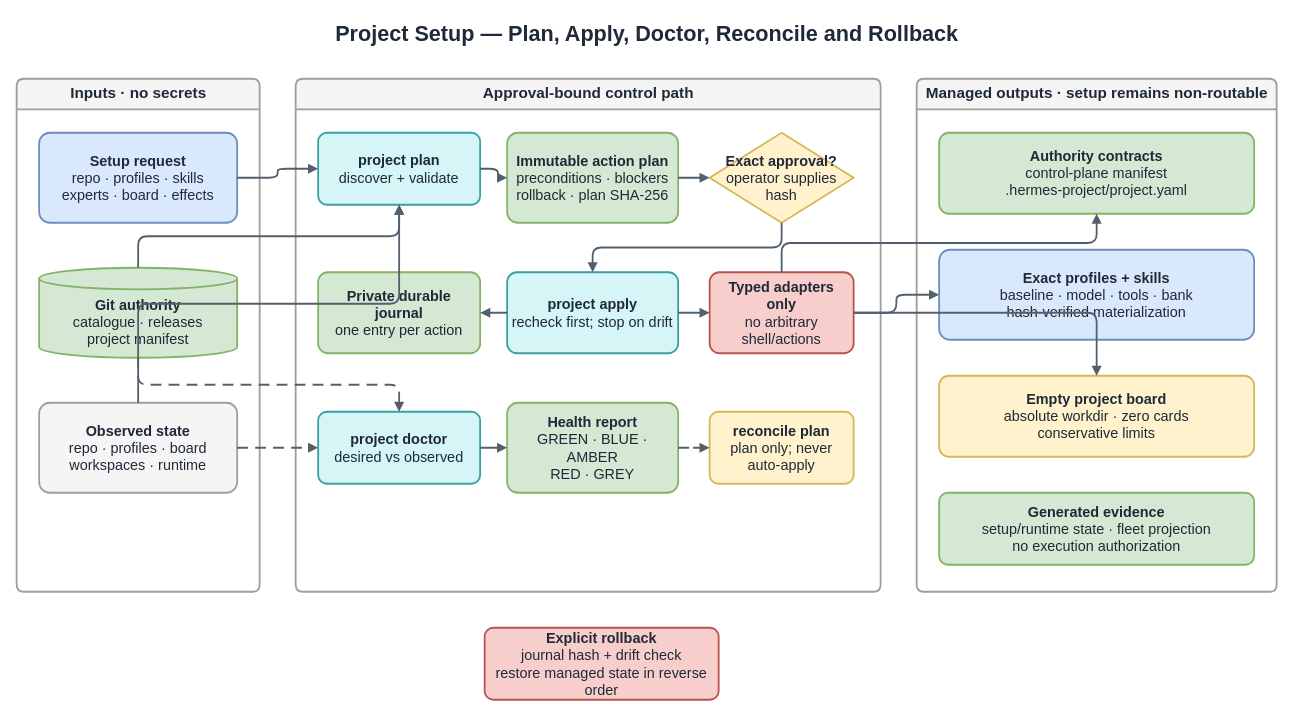
This is page "Project Setup" (2 of 3) of diagram_creator/artifacts/source/skills-manager-operating-overview.drawio from dotalbot/-hermes-ops, a draw.io file, before an edit. Source tidied: cells renumbered, new cells numbered last; positions are measured from the earlier drawing's top-left corner, leaving out a move shared by most shapes. Both pictures are drawn from the tidied source at 90%, with x=0, y=0 at pixel (16, 15).
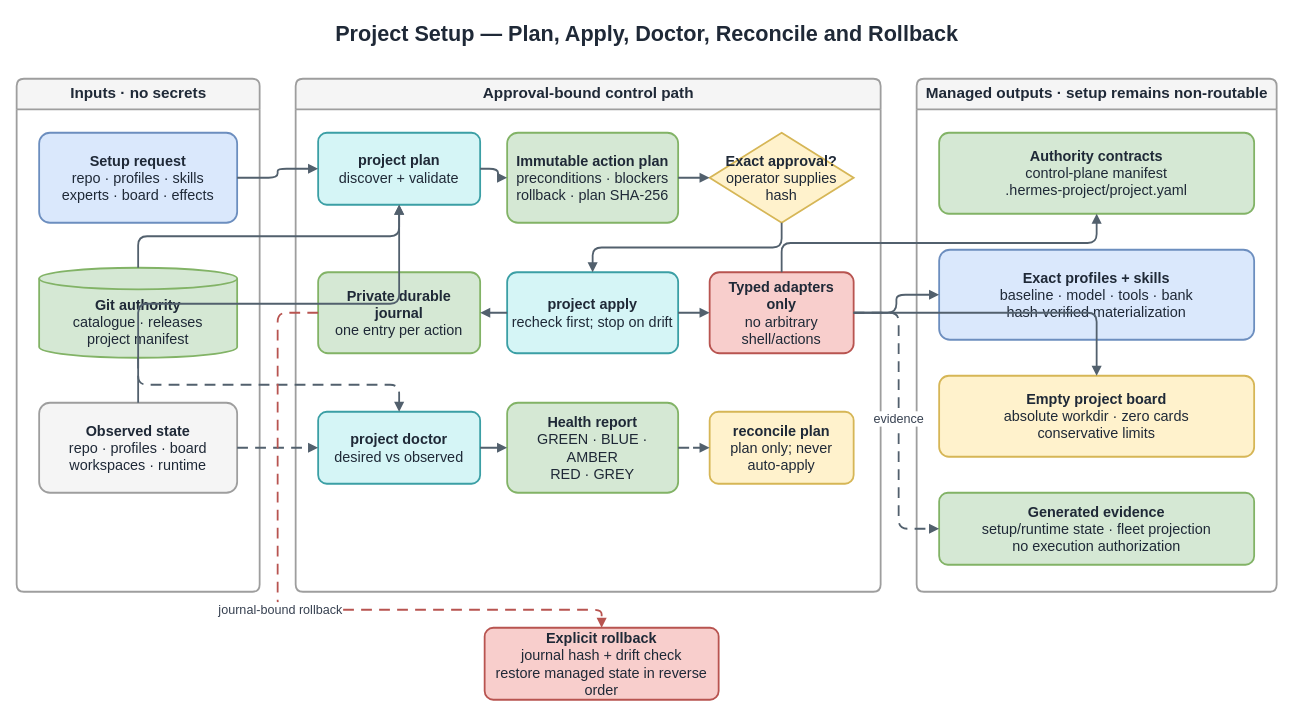
Above is the later version.

The change refers to these unchanged cells:
```xml
<mxCell id="12" value="&lt;b&gt;Typed adapters only&lt;/b&gt;&lt;br&gt;no arbitrary shell/actions" style="rounded=1;arcSize=12;whiteSpace=wrap;html=1;fontSize=16;fontColor=#1f2937;fillColor=#f8cecc;strokeColor=#b85450;strokeWidth=2;spacing=6;" parent="7" vertex="1">
  <mxGeometry x="460" y="215" width="160" height="90" as="geometry" />
</mxCell>
<mxCell id="13" value="&lt;b&gt;Private durable journal&lt;/b&gt;&lt;br&gt;one entry per action" style="rounded=1;arcSize=12;whiteSpace=wrap;html=1;fontSize=16;fontColor=#1f2937;fillColor=#d5e8d4;strokeColor=#82b366;strokeWidth=2;spacing=6;" parent="7" vertex="1">
  <mxGeometry x="25" y="215" width="180" height="90" as="geometry" />
</mxCell>
<mxCell id="21" value="&lt;b&gt;Generated evidence&lt;/b&gt;&lt;br&gt;setup/runtime state · fleet projection&lt;br&gt;no execution authorization" style="rounded=1;arcSize=12;whiteSpace=wrap;html=1;fontSize=16;fontColor=#1f2937;fillColor=#d5e8d4;strokeColor=#82b366;strokeWidth=2;spacing=6;" parent="17" vertex="1">
  <mxGeometry x="25" y="460" width="350" height="80" as="geometry" />
</mxCell>
<mxCell id="22" value="&lt;b&gt;Explicit rollback&lt;/b&gt;&lt;br&gt;journal hash + drift check&lt;br&gt;restore managed state in reverse order" style="rounded=1;arcSize=12;whiteSpace=wrap;html=1;fontSize=16;fontColor=#1f2937;fillColor=#f8cecc;strokeColor=#b85450;strokeWidth=2;spacing=6;" parent="1" vertex="1">
  <mxGeometry x="520" y="680" width="260" height="80" as="geometry" />
</mxCell>
```

Diff of the diagram source:
```diff
@@
+    <mxCell id="38" value="evidence" style="edgeStyle=orthogonalEdgeStyle;rounded=1;jettySize=auto;html=1;fontSize=14;fontColor=#374151;strokeColor=#52606d;strokeWidth=2;endArrow=block;endFill=1;dashed=1;dashPattern=6 4;" parent="1" edge="1" source="12" target="21">
+      <mxGeometry relative="1" as="geometry">
+        <Array as="points">
+          <mxPoint x="980" y="330" />
+          <mxPoint x="980" y="570" />
+        </Array>
+      </mxGeometry>
+    </mxCell>
+    <mxCell id="39" value="journal-bound rollback" style="edgeStyle=orthogonalEdgeStyle;rounded=1;jettySize=auto;html=1;fontSize=14;fontColor=#374151;strokeColor=#b85450;strokeWidth=2;endArrow=block;endFill=1;dashed=1;dashPattern=6 4;" parent="1" edge="1" source="13" target="22">
+      <mxGeometry relative="1" as="geometry">
+        <Array as="points">
+          <mxPoint x="290" y="330" />
+          <mxPoint x="290" y="660" />
+          <mxPoint x="650" y="660" />
+        </Array>
+      </mxGeometry>
+    </mxCell>
```
